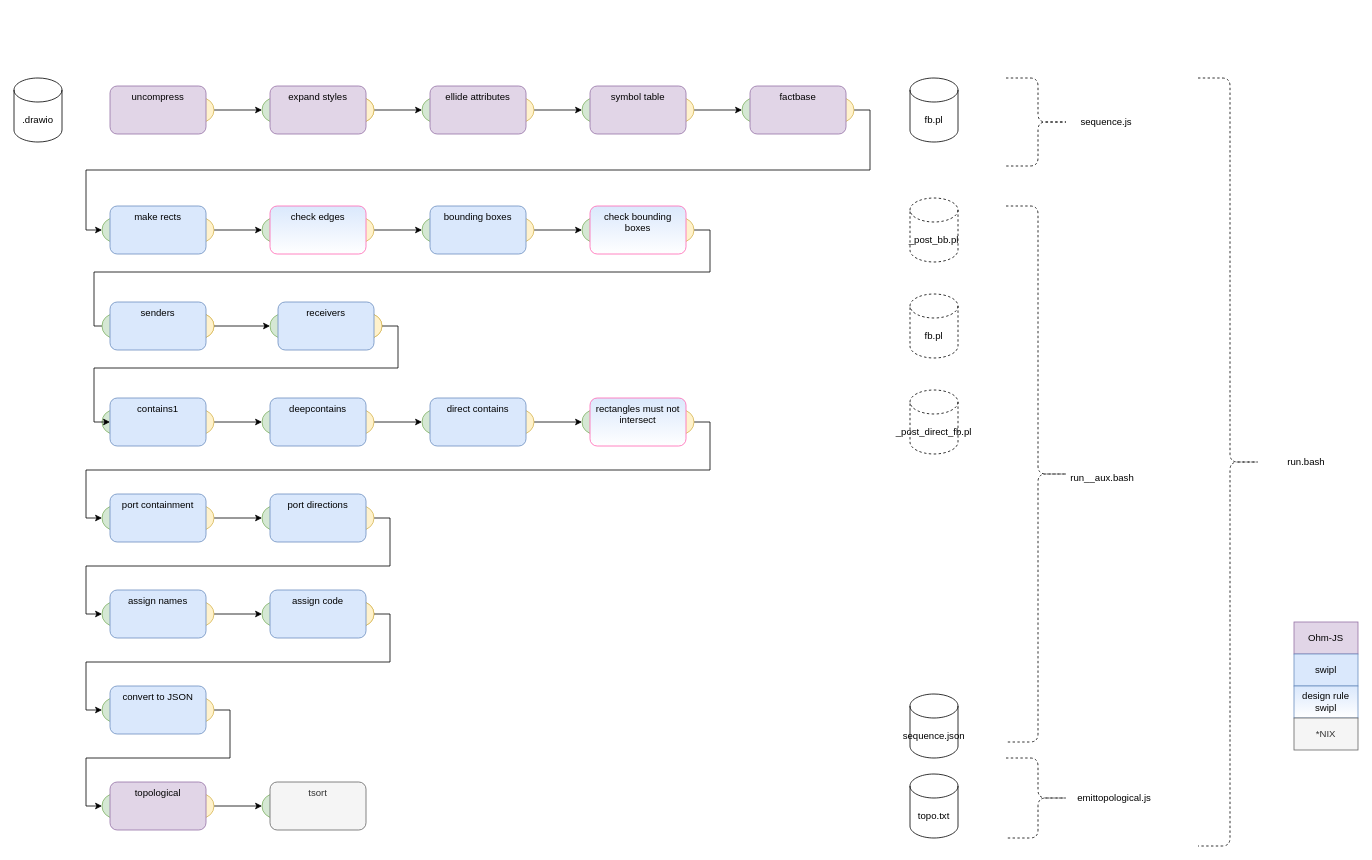
The draw.io diagram guitarvydas/workflow.drawio in guitarvydas/jam0001, before the edit. Source tidied: cells renumbered, new cells numbered last; positions are measured from the earlier drawing's top-left corner, leaving out a move shared by most shapes. Both pictures are drawn from the tidied source at 80%, with x=0, y=0 at pixel (14, 78).
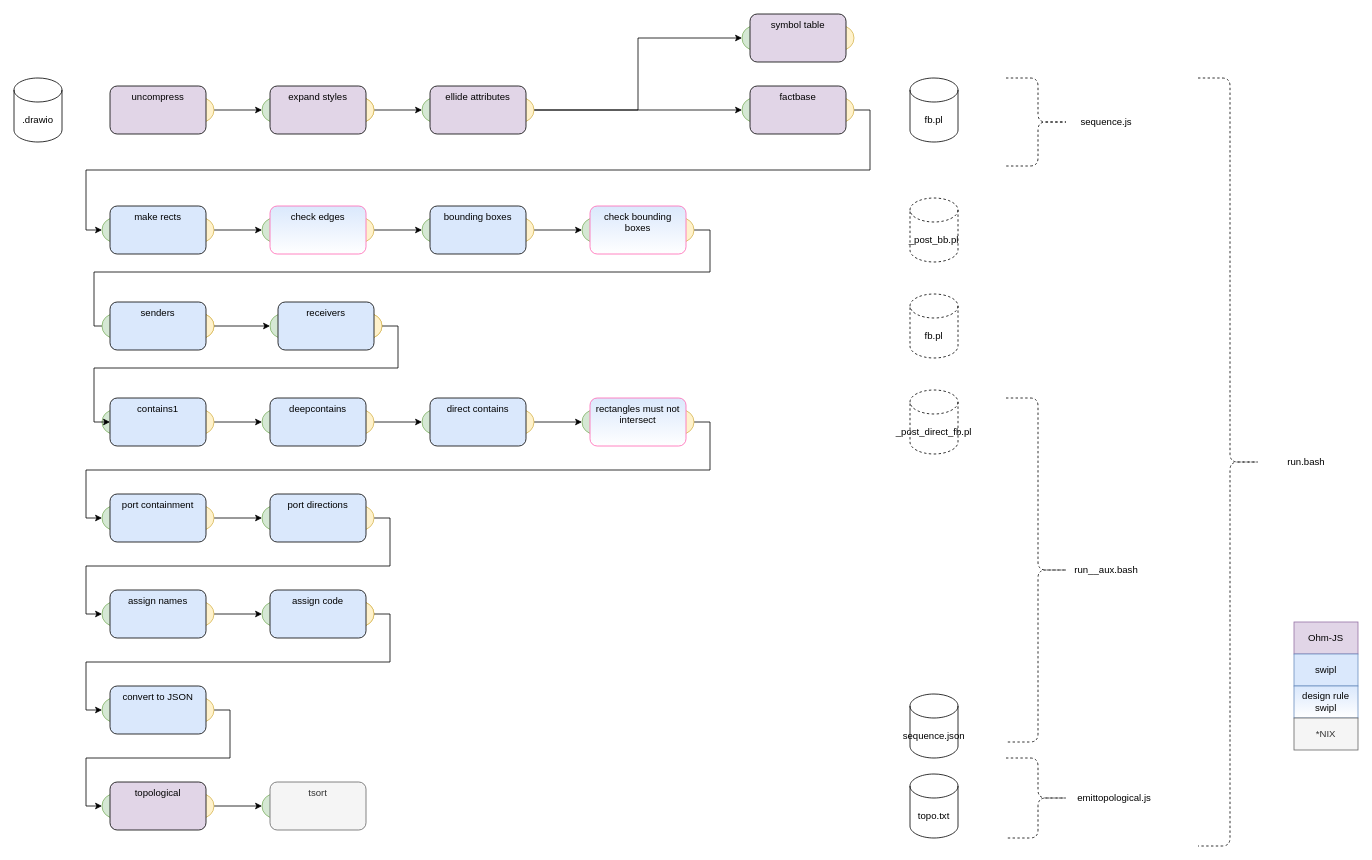
The same diagram, later.

Commit message (it also covers changes not shown here):
wip: senders and receivers

The change refers to these unchanged cells:
```xml
<mxCell id="9" style="ellipse;whiteSpace=wrap;html=1;fillColor=#fff2cc;align=center;strokeColor=#d6b656;textOpacity=50;verticalAlign=top;" parent="1" vertex="1">
  <mxGeometry x="620" y="25" width="30" height="30" as="geometry" />
</mxCell>
<mxCell id="16" style="ellipse;whiteSpace=wrap;html=1;fillColor=#d5e8d4;align=center;strokeColor=#82b366;textOpacity=50;verticalAlign=top;" parent="1" vertex="1">
  <mxGeometry x="910" y="25" width="30" height="30" as="geometry" />
</mxCell>
```

Change to the diagram source:
```diff
@@
-    <mxCell id="4" style="edgeStyle=orthogonalEdgeStyle;rounded=0;jettySize=auto;html=1;" parent="1" edge="1" source="69" target="16">
-      <mxGeometry relative="1" as="geometry" />
-    </mxCell>
@@
+    <mxCell id="110" style="edgeStyle=orthogonalEdgeStyle;rounded=0;jettySize=auto;html=1;exitX=1;exitY=0.5;exitDx=0;exitDy=0;entryX=0;entryY=0.5;entryDx=0;entryDy=0;" parent="1" edge="1" source="9" target="16">
+      <mxGeometry relative="1" as="geometry" />
+    </mxCell>
@@
     <mxCell id="10" style="ellipse;whiteSpace=wrap;html=1;fillColor=#fff2cc;align=center;strokeColor=#d6b656;textOpacity=50;verticalAlign=top;" parent="1" vertex="1">
-      <mxGeometry x="820" y="25" width="30" height="30" as="geometry" />
+      <mxGeometry x="1020" y="-65" width="30" height="30" as="geometry" />
     </mxCell>
@@
     <mxCell id="15" style="ellipse;whiteSpace=wrap;html=1;fillColor=#d5e8d4;align=center;strokeColor=#82b366;textOpacity=50;verticalAlign=top;" parent="1" vertex="1">
-      <mxGeometry x="710" y="25" width="30" height="30" as="geometry" />
+      <mxGeometry x="910" y="-65" width="30" height="30" as="geometry" />
     </mxCell>
@@
-    <mxCell id="60" value="convert to JSON" style="rounded=1;whiteSpace=wrap;html=1;fillColor=#dae8fc;strokeColor=#6c8ebf;verticalAlign=top;" parent="1" vertex="1">
+    <mxCell id="60" value="convert to JSON" style="rounded=1;whiteSpace=wrap;html=1;fillColor=#dae8fc;verticalAlign=top;" parent="1" vertex="1">
       <mxGeometry x="120" y="760" width="120" height="60" as="geometry" />
     </mxCell>
@@
-    <mxCell id="63" value="port containment" style="rounded=1;whiteSpace=wrap;html=1;fillColor=#dae8fc;strokeColor=#6c8ebf;verticalAlign=top;" parent="1" vertex="1">
+    <mxCell id="63" value="port containment" style="rounded=1;whiteSpace=wrap;html=1;fillColor=#dae8fc;verticalAlign=top;" parent="1" vertex="1">
       <mxGeometry x="120" y="520" width="120" height="60" as="geometry" />
     </mxCell>
-    <mxCell id="64" value="port directions" style="rounded=1;whiteSpace=wrap;html=1;fillColor=#dae8fc;strokeColor=#6c8ebf;verticalAlign=top;" parent="1" vertex="1">
+    <mxCell id="64" value="port directions" style="rounded=1;whiteSpace=wrap;html=1;fillColor=#dae8fc;verticalAlign=top;" parent="1" vertex="1">
       <mxGeometry x="320" y="520" width="120" height="60" as="geometry" />
     </mxCell>
-    <mxCell id="65" value="assign names" style="rounded=1;whiteSpace=wrap;html=1;fillColor=#dae8fc;strokeColor=#6c8ebf;verticalAlign=top;" parent="1" vertex="1">
+    <mxCell id="65" value="assign names" style="rounded=1;whiteSpace=wrap;html=1;fillColor=#dae8fc;verticalAlign=top;" parent="1" vertex="1">
       <mxGeometry x="120" y="640" width="120" height="60" as="geometry" />
     </mxCell>
-    <mxCell id="66" value="assign code" style="rounded=1;whiteSpace=wrap;html=1;fillColor=#dae8fc;strokeColor=#6c8ebf;verticalAlign=top;" parent="1" vertex="1">
+    <mxCell id="66" value="assign code" style="rounded=1;whiteSpace=wrap;html=1;fillColor=#dae8fc;verticalAlign=top;" parent="1" vertex="1">
       <mxGeometry x="320" y="640" width="120" height="60" as="geometry" />
     </mxCell>
-    <mxCell id="67" value="uncompress" style="rounded=1;whiteSpace=wrap;html=1;fillColor=#e1d5e7;strokeColor=#9673a6;verticalAlign=top;" parent="1" vertex="1">
+    <mxCell id="67" value="uncompress" style="rounded=1;whiteSpace=wrap;html=1;fillColor=#e1d5e7;verticalAlign=top;" parent="1" vertex="1">
       <mxGeometry x="120" y="10" width="120" height="60" as="geometry" />
     </mxCell>
-    <mxCell id="68" value="ellide attributes" style="rounded=1;whiteSpace=wrap;html=1;fillColor=#e1d5e7;strokeColor=#9673a6;verticalAlign=top;" parent="1" vertex="1">
+    <mxCell id="68" value="ellide attributes" style="rounded=1;whiteSpace=wrap;html=1;fillColor=#e1d5e7;verticalAlign=top;" parent="1" vertex="1">
       <mxGeometry x="520" y="10" width="120" height="60" as="geometry" />
     </mxCell>
-    <mxCell id="69" value="symbol table" style="rounded=1;whiteSpace=wrap;html=1;fillColor=#e1d5e7;strokeColor=#9673a6;verticalAlign=top;" parent="1" vertex="1">
-      <mxGeometry x="720" y="10" width="120" height="60" as="geometry" />
+    <mxCell id="69" value="symbol table" style="rounded=1;whiteSpace=wrap;html=1;fillColor=#e1d5e7;verticalAlign=top;" parent="1" vertex="1">
+      <mxGeometry x="920" y="-80" width="120" height="60" as="geometry" />
     </mxCell>
-    <mxCell id="70" value="factbase" style="rounded=1;whiteSpace=wrap;html=1;fillColor=#e1d5e7;strokeColor=#9673a6;verticalAlign=top;" parent="1" vertex="1">
+    <mxCell id="70" value="factbase" style="rounded=1;whiteSpace=wrap;html=1;fillColor=#e1d5e7;verticalAlign=top;" parent="1" vertex="1">
       <mxGeometry x="920" y="10" width="120" height="60" as="geometry" />
     </mxCell>
-    <mxCell id="71" value="make rects" style="rounded=1;whiteSpace=wrap;html=1;fillColor=#dae8fc;strokeColor=#6c8ebf;verticalAlign=top;" parent="1" vertex="1">
+    <mxCell id="71" value="make rects" style="rounded=1;whiteSpace=wrap;html=1;fillColor=#dae8fc;verticalAlign=top;" parent="1" vertex="1">
       <mxGeometry x="120" y="160" width="120" height="60" as="geometry" />
     </mxCell>
@@
-    <mxCell id="73" value="bounding boxes" style="rounded=1;whiteSpace=wrap;html=1;fillColor=#dae8fc;strokeColor=#6c8ebf;verticalAlign=top;" parent="1" vertex="1">
+    <mxCell id="73" value="bounding boxes" style="rounded=1;whiteSpace=wrap;html=1;fillColor=#dae8fc;verticalAlign=top;" parent="1" vertex="1">
       <mxGeometry x="520" y="160" width="120" height="60" as="geometry" />
     </mxCell>
@@
-    <mxCell id="75" value="contains1" style="rounded=1;whiteSpace=wrap;html=1;fillColor=#dae8fc;strokeColor=#6c8ebf;verticalAlign=top;" parent="1" vertex="1">
+    <mxCell id="75" value="contains1" style="rounded=1;whiteSpace=wrap;html=1;fillColor=#dae8fc;verticalAlign=top;" parent="1" vertex="1">
       <mxGeometry x="120" y="400" width="120" height="60" as="geometry" />
     </mxCell>
-    <mxCell id="76" value="deepcontains" style="rounded=1;whiteSpace=wrap;html=1;fillColor=#dae8fc;strokeColor=#6c8ebf;verticalAlign=top;" parent="1" vertex="1">
+    <mxCell id="76" value="deepcontains" style="rounded=1;whiteSpace=wrap;html=1;fillColor=#dae8fc;verticalAlign=top;" parent="1" vertex="1">
       <mxGeometry x="320" y="400" width="120" height="60" as="geometry" />
     </mxCell>
-    <mxCell id="77" value="direct contains" style="rounded=1;whiteSpace=wrap;html=1;fillColor=#dae8fc;strokeColor=#6c8ebf;verticalAlign=top;" parent="1" vertex="1">
+    <mxCell id="77" value="direct contains" style="rounded=1;whiteSpace=wrap;html=1;fillColor=#dae8fc;verticalAlign=top;" parent="1" vertex="1">
       <mxGeometry x="520" y="400" width="120" height="60" as="geometry" />
     </mxCell>
@@
-    <mxCell id="87" value="senders" style="rounded=1;whiteSpace=wrap;html=1;fillColor=#dae8fc;strokeColor=#6c8ebf;verticalAlign=top;" parent="1" vertex="1">
+    <mxCell id="87" value="senders" style="rounded=1;whiteSpace=wrap;html=1;fillColor=#dae8fc;verticalAlign=top;" parent="1" vertex="1">
       <mxGeometry x="120" y="280" width="120" height="60" as="geometry" />
     </mxCell>
@@
-    <mxCell id="92" value="receivers" style="rounded=1;whiteSpace=wrap;html=1;fillColor=#dae8fc;strokeColor=#6c8ebf;verticalAlign=top;" parent="1" vertex="1">
+    <mxCell id="92" value="receivers" style="rounded=1;whiteSpace=wrap;html=1;fillColor=#dae8fc;verticalAlign=top;" parent="1" vertex="1">
       <mxGeometry x="330" y="280" width="120" height="60" as="geometry" />
     </mxCell>
@@
-    <mxCell id="94" value="expand styles" style="rounded=1;whiteSpace=wrap;html=1;fillColor=#e1d5e7;strokeColor=#9673a6;verticalAlign=top;" parent="1" vertex="1">
+    <mxCell id="94" value="expand styles" style="rounded=1;whiteSpace=wrap;html=1;fillColor=#e1d5e7;verticalAlign=top;" parent="1" vertex="1">
       <mxGeometry x="320" y="10" width="120" height="60" as="geometry" />
     </mxCell>
     <mxCell id="95" style="shape=curlyBracket;whiteSpace=wrap;html=1;rounded=1;flipH=1;dashed=1;fillColor=#CCFFFF;gradientColor=#ffffff;" parent="1" vertex="1">
-      <mxGeometry x="1240" y="160" width="80" height="670" as="geometry" />
+      <mxGeometry x="1240" y="400" width="80" height="430" as="geometry" />
     </mxCell>
@@
     <mxCell id="98" value="run__aux.bash" style="text;html=1;align=center;verticalAlign=middle;strokeColor=none;" parent="1" vertex="1">
-      <mxGeometry x="1315" y="490" width="90" height="20" as="geometry" />
+      <mxGeometry x="1320" y="605" width="90" height="20" as="geometry" />
     </mxCell>
@@
-    <mxCell id="106" value="topological" style="rounded=1;whiteSpace=wrap;html=1;fillColor=#e1d5e7;strokeColor=#9673a6;verticalAlign=top;" parent="1" vertex="1">
+    <mxCell id="106" value="topological" style="rounded=1;whiteSpace=wrap;html=1;fillColor=#e1d5e7;verticalAlign=top;" parent="1" vertex="1">
       <mxGeometry x="120" y="880" width="120" height="60" as="geometry" />
     </mxCell>
```
